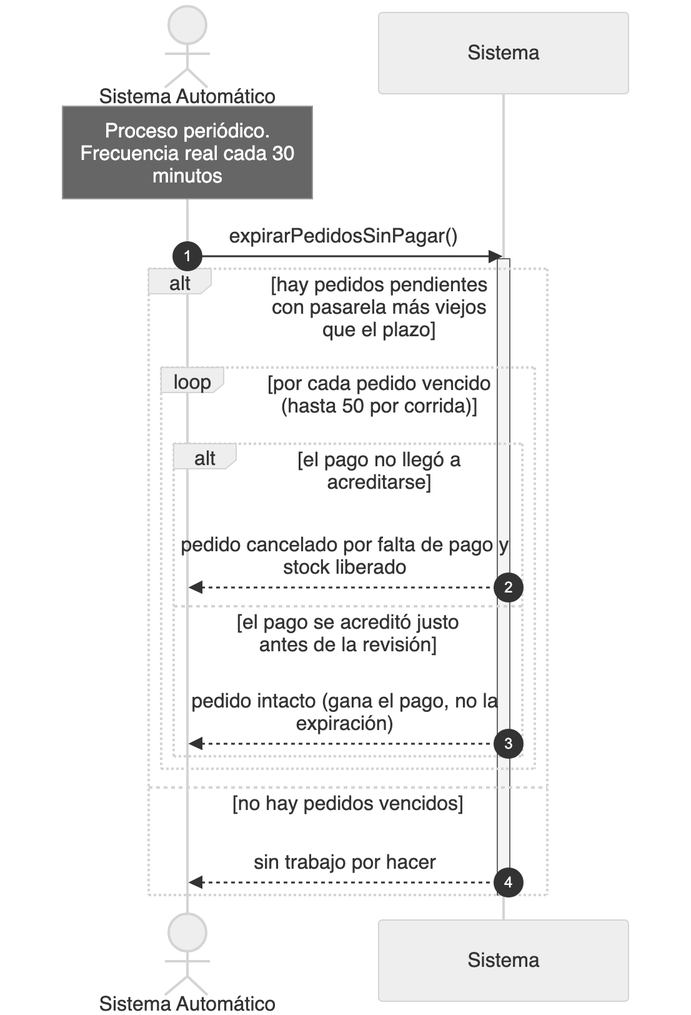
This is diagramas/png/DSS_CU-077_Expirar-Pedidos-De-Mercadopago-Sin-Pagar.png from Nahuelito-Dev/splg-docs, a Mermaid export, as it was before one commit. Its source is kept beside it as diagramas/DSS_CU-077_Expirar-Pedidos-De-Mercadopago-Sin-Pagar.mmd. The source it was exported from:
```mermaid
sequenceDiagram
    title DSS — CU-077 Expirar Pedidos De Mercadopago Sin Pagar
    autonumber
    actor AUT as Sistema Automático
    participant SIS as Sistema

    Note over AUT: Proceso periódico. Frecuencia real cada 30 minutos
    AUT->>SIS: expirarPedidosSinPagar()
    activate SIS
    alt hay pedidos pendientes con pasarela más viejos que el plazo
        loop por cada pedido vencido (hasta 50 por corrida)
            alt el pago no llegó a acreditarse
                SIS-->>AUT: pedido cancelado por falta de pago y stock liberado
            else el pago se acreditó justo antes de la revisión
                SIS-->>AUT: pedido intacto (gana el pago, no la expiración)
            end
        end
    else no hay pedidos vencidos
        SIS-->>AUT: sin trabajo por hacer
    end
    deactivate SIS
```
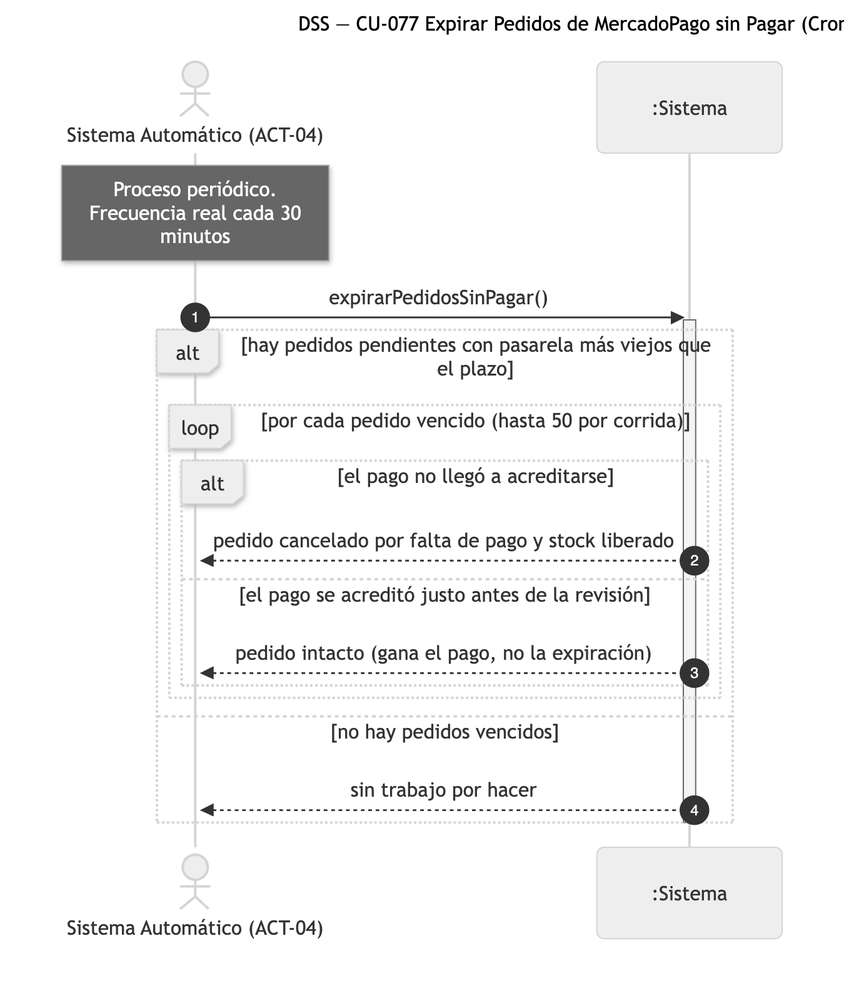
After the change.

Diff of the diagram source:
```diff
@@ -1,10 +1,10 @@
 sequenceDiagram
-    title DSS — CU-077 Expirar Pedidos De Mercadopago Sin Pagar
+    title DSS — CU-077 Expirar Pedidos de MercadoPago sin Pagar (Cron)
     autonumber
-    actor AUT as Sistema Automático
-    participant SIS as Sistema
+    actor AUT as Sistema Automático (ACT-04)
+    participant SIS as :Sistema
 
-    Note over AUT: Proceso periódico. Frecuencia real cada 30 minutos
+    Note over AUT: Proceso periódico.<br/>Frecuencia real cada 30<br/>minutos
     AUT->>SIS: expirarPedidosSinPagar()
     activate SIS
     alt hay pedidos pendientes con pasarela más viejos que el plazo
```
